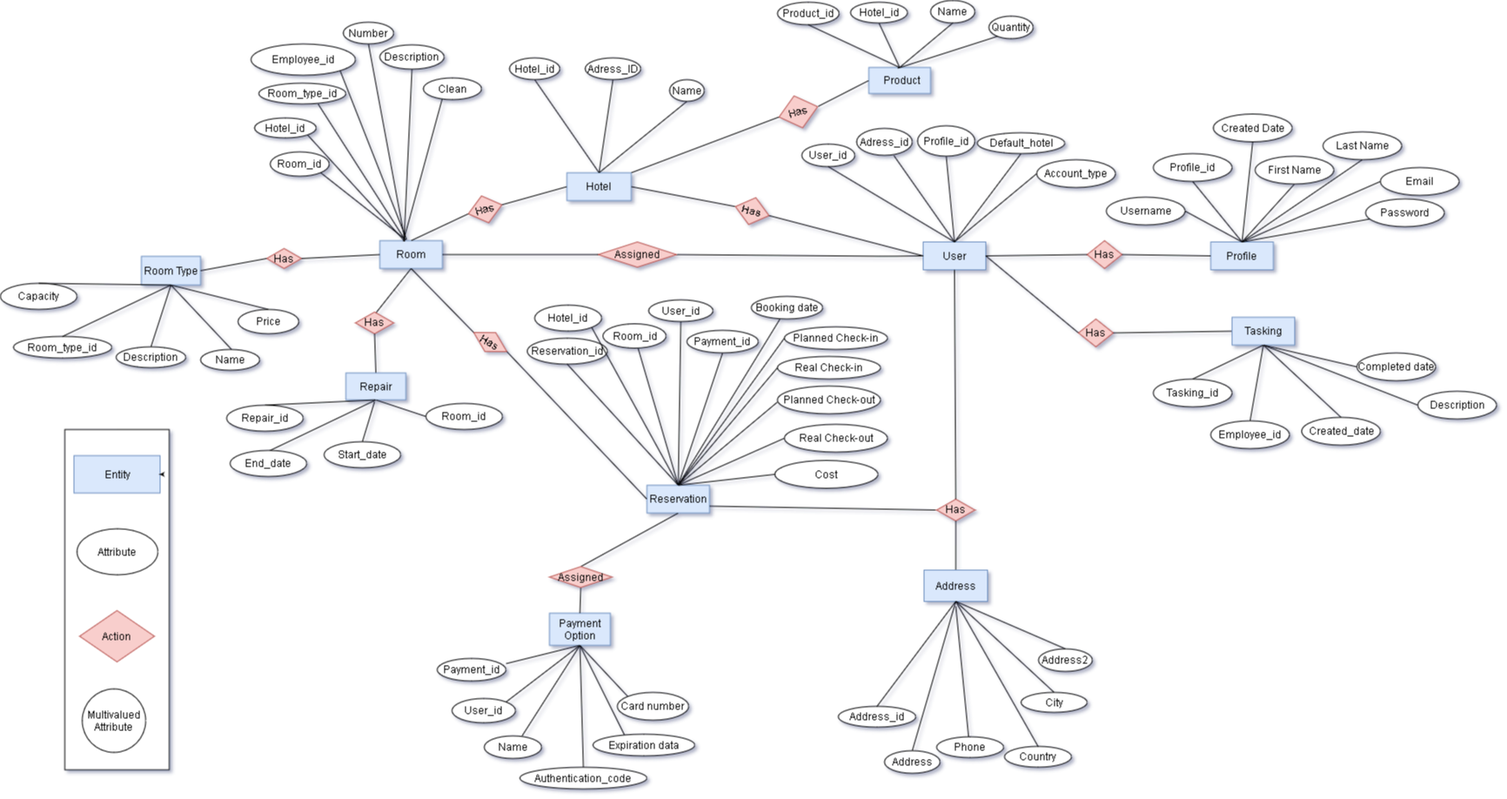
Sonja17/Hotel-Management-System keeps this draw.io diagram as Diagrams/ERD/ER_Diagram.png. Above is the earlier version. Source tidied: cells renumbered, new cells last; positions are measured from the earlier drawing's top-left corner, leaving out a move shared by most shapes.
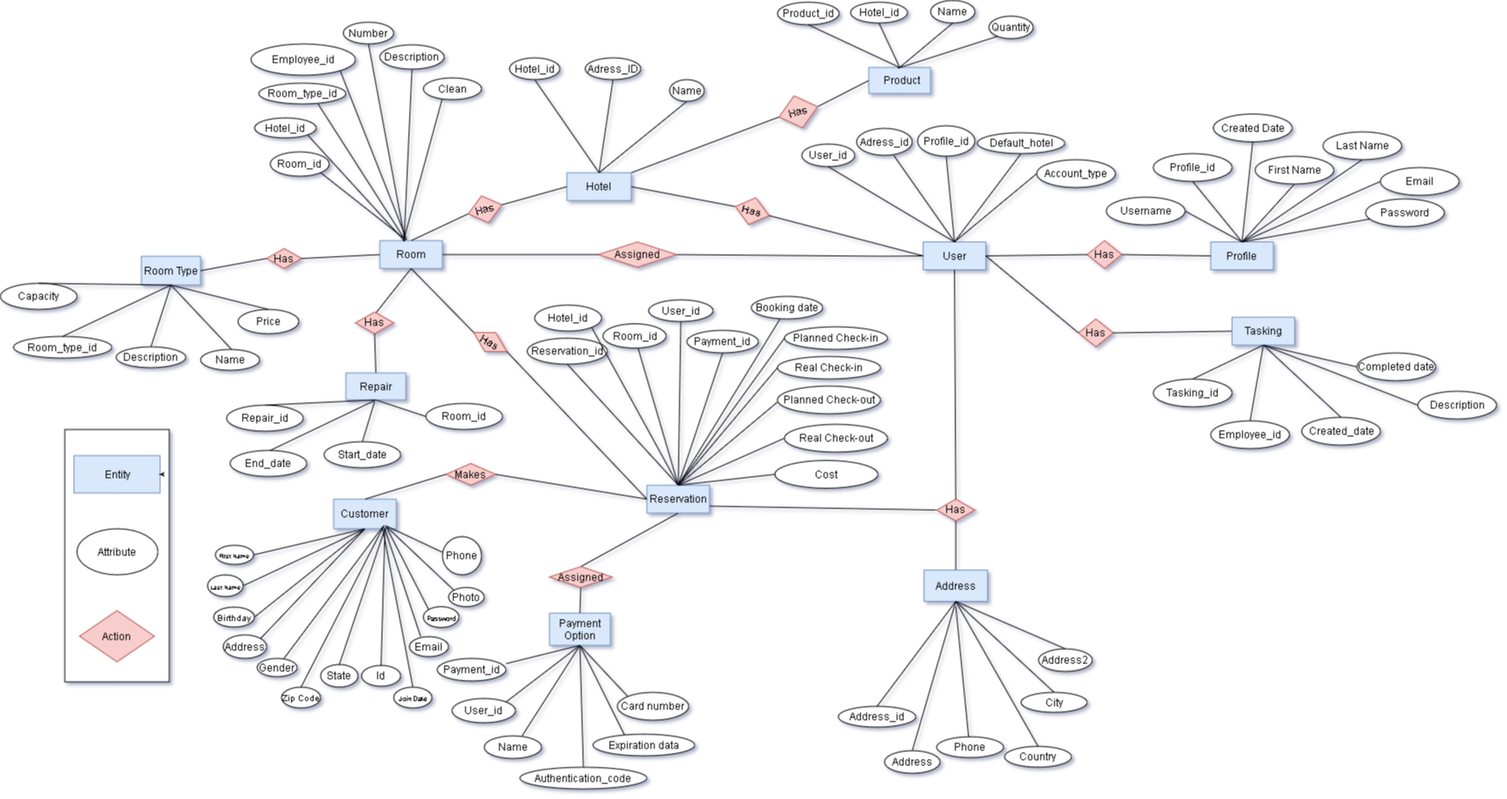
After the commit.

The edit, as a diff of the source:
```diff
@@ -96,12 +96,24 @@
     <mxCell id="31" style="endArrow=none;html=1;entryX=0;entryY=0.5;entryDx=0;entryDy=0;exitX=1;exitY=0.5;exitDx=0;exitDy=0;" parent="1" edge="1" source="29" target="6">
       <mxGeometry relative="1" as="geometry" />
     </mxCell>
+    <mxCell id="182" value="Customer" style="rounded=0;whiteSpace=wrap;html=1;fillColor=#dae8fc;strokeColor=#6c8ebf;" parent="1" vertex="1">
+      <mxGeometry x="383" y="573" width="72" height="34" as="geometry" />
+    </mxCell>
     <mxCell id="32" value="Payment Option" style="rounded=0;whiteSpace=wrap;html=1;fillColor=#dae8fc;strokeColor=#6c8ebf;" parent="1" vertex="1">
       <mxGeometry x="631" y="704" width="70" height="37" as="geometry" />
     </mxCell>
     <mxCell id="33" value="Address" style="rounded=0;whiteSpace=wrap;html=1;fillColor=#dae8fc;strokeColor=#6c8ebf;" parent="1" vertex="1">
       <mxGeometry x="1061.5" y="654.5" width="73" height="36" as="geometry" />
     </mxCell>
+    <mxCell id="183" value="Makes" style="rhombus;whiteSpace=wrap;html=1;fillColor=#f8cecc;strokeColor=#b85450;" parent="1" vertex="1">
+      <mxGeometry x="512" y="532" width="57" height="25" as="geometry" />
+    </mxCell>
+    <mxCell id="184" style="endArrow=none;html=1;entryX=0;entryY=0.5;entryDx=0;entryDy=0;exitX=1;exitY=0.5;exitDx=0;exitDy=0;" parent="1" edge="1" source="183" target="6">
+      <mxGeometry relative="1" as="geometry" />
+    </mxCell>
+    <mxCell id="185" style="endArrow=none;html=1;entryX=0;entryY=0.5;entryDx=0;entryDy=0;exitX=0.5;exitY=0;exitDx=0;exitDy=0;" parent="1" edge="1" source="182" target="183">
+      <mxGeometry relative="1" as="geometry" />
+    </mxCell>
     <mxCell id="34" style="endArrow=none;html=1;exitX=0.5;exitY=0;exitDx=0;exitDy=0;entryX=0.5;entryY=1;entryDx=0;entryDy=0;" parent="1" edge="1" source="32" target="50">
       <mxGeometry relative="1" as="geometry" />
     </mxCell>
@@ -211,6 +223,102 @@
     <mxCell id="66" style="endArrow=none;html=1;entryX=0;entryY=0.5;entryDx=0;entryDy=0;exitX=0.5;exitY=0;exitDx=0;exitDy=0;" parent="1" edge="1" source="5" target="61">
       <mxGeometry relative="1" as="geometry" />
     </mxCell>
+    <mxCell id="186" value="&lt;font style=&quot;font-size: 8px&quot;&gt;Password&lt;/font&gt;" style="ellipse;whiteSpace=wrap;html=1;" parent="1" vertex="1">
+      <mxGeometry x="486" y="696.5" width="41" height="24" as="geometry" />
+    </mxCell>
+    <mxCell id="187" value="Email" style="ellipse;whiteSpace=wrap;html=1;" parent="1" vertex="1">
+      <mxGeometry x="470" y="731" width="45" height="23" as="geometry" />
+    </mxCell>
+    <mxCell id="188" value="Id" style="ellipse;whiteSpace=wrap;html=1;" parent="1" vertex="1">
+      <mxGeometry x="415" y="764" width="45" height="24" as="geometry" />
+    </mxCell>
+    <mxCell id="189" value="Photo" style="ellipse;whiteSpace=wrap;html=1;" parent="1" vertex="1">
+      <mxGeometry x="515" y="674.5" width="41" height="22" as="geometry" />
+    </mxCell>
+    <mxCell id="190" value="State" style="ellipse;whiteSpace=wrap;html=1;" parent="1" vertex="1">
+      <mxGeometry x="368" y="763" width="43" height="26" as="geometry" />
+    </mxCell>
+    <mxCell id="191" value="&lt;font size=&quot;1&quot;&gt;Zip Code&lt;/font&gt;" style="ellipse;whiteSpace=wrap;html=1;" parent="1" vertex="1">
+      <mxGeometry x="323" y="789" width="45" height="24" as="geometry" />
+    </mxCell>
+    <mxCell id="192" value="Gender" style="ellipse;whiteSpace=wrap;html=1;" parent="1" vertex="1">
+      <mxGeometry x="295" y="756" width="46" height="21" as="geometry" />
+    </mxCell>
+    <mxCell id="193" value="Address" style="ellipse;whiteSpace=wrap;html=1;" parent="1" vertex="1">
+      <mxGeometry x="256" y="729" width="50" height="27" as="geometry" />
+    </mxCell>
+    <mxCell id="194" value="&lt;font size=&quot;1&quot;&gt;Birthday&lt;/font&gt;" style="ellipse;whiteSpace=wrap;html=1;" parent="1" vertex="1">
+      <mxGeometry x="245" y="697" width="47" height="23" as="geometry" />
+    </mxCell>
+    <mxCell id="195" value="&lt;font style=&quot;font-size: 7px&quot;&gt;Last Name&lt;/font&gt;" style="ellipse;whiteSpace=wrap;html=1;" parent="1" vertex="1">
+      <mxGeometry x="238" y="660" width="41" height="25" as="geometry" />
+    </mxCell>
+    <mxCell id="196" value="&lt;font style=&quot;font-size: 7px&quot;&gt;First Name&lt;/font&gt;" style="ellipse;whiteSpace=wrap;html=1;" parent="1" vertex="1">
+      <mxGeometry x="247" y="626" width="44" height="22" as="geometry" />
+    </mxCell>
+    <mxCell id="197" value="Phone" style="ellipse;whiteSpace=wrap;html=1;" parent="1" vertex="1">
+      <mxGeometry x="508" y="616" width="45" height="44" as="geometry" />
+    </mxCell>
+    <mxCell id="198" value="&lt;font style=&quot;font-size: 8px&quot;&gt;Join Date&lt;/font&gt;" style="ellipse;whiteSpace=wrap;html=1;" parent="1" vertex="1">
+      <mxGeometry x="452" y="789" width="44" height="24" as="geometry" />
+    </mxCell>
+    <mxCell id="199" style="endArrow=none;html=1;entryX=0.5;entryY=1;entryDx=0;entryDy=0;exitX=1;exitY=0.5;exitDx=0;exitDy=0;" parent="1" edge="1" source="196" target="182">
+      <mxGeometry relative="1" as="geometry" />
+    </mxCell>
+    <mxCell id="200" style="endArrow=none;html=1;entryX=0.5;entryY=1;entryDx=0;entryDy=0;exitX=1;exitY=0.5;exitDx=0;exitDy=0;" parent="1" edge="1" source="195" target="182">
+      <mxGeometry relative="1" as="geometry" />
+    </mxCell>
+    <mxCell id="201" style="endArrow=none;html=1;entryX=0.5;entryY=1;entryDx=0;entryDy=0;exitX=1;exitY=0.5;exitDx=0;exitDy=0;" parent="1" edge="1" source="194" target="182">
+      <mxGeometry relative="1" as="geometry" />
+    </mxCell>
+    <mxCell id="202" style="endArrow=none;html=1;entryX=0.5;entryY=1;entryDx=0;entryDy=0;exitX=1;exitY=0;exitDx=0;exitDy=0;" parent="1" edge="1" source="193" target="182">
+      <mxGeometry relative="1" as="geometry" />
+    </mxCell>
+    <mxCell id="203" style="endArrow=none;html=1;fontFamily=Helvetica;fontSize=11;fontColor=#000000;align=center;strokeColor=#000000;" parent="1" edge="1" source="192">
+      <mxGeometry relative="1" as="geometry">
+        <mxPoint x="440" y="604" as="targetPoint" />
+      </mxGeometry>
+    </mxCell>
+    <mxCell id="204" style="endArrow=none;html=1;exitX=0;exitY=0.409;exitDx=0;exitDy=0;exitPerimeter=0;" parent="1" edge="1" source="197">
+      <mxGeometry relative="1" as="geometry">
+        <mxPoint x="444" y="604" as="targetPoint" />
+      </mxGeometry>
+    </mxCell>
+    <mxCell id="205" style="endArrow=none;html=1;exitX=0;exitY=0;exitDx=0;exitDy=0;" parent="1" edge="1" source="189">
+      <mxGeometry relative="1" as="geometry">
+        <mxPoint x="442" y="603" as="targetPoint" />
+      </mxGeometry>
+    </mxCell>
+    <mxCell id="206" style="endArrow=none;html=1;exitX=0;exitY=0;exitDx=0;exitDy=0;" parent="1" edge="1" source="186">
+      <mxGeometry relative="1" as="geometry">
+        <mxPoint x="443" y="604" as="targetPoint" />
+      </mxGeometry>
+    </mxCell>
+    <mxCell id="207" style="endArrow=none;html=1;exitX=0.289;exitY=0;exitDx=0;exitDy=0;exitPerimeter=0;" parent="1" edge="1" source="187">
+      <mxGeometry relative="1" as="geometry">
+        <mxPoint x="441" y="605" as="targetPoint" />
+      </mxGeometry>
+    </mxCell>
+    <mxCell id="208" style="endArrow=none;html=1;exitX=0.5;exitY=0;exitDx=0;exitDy=0;" parent="1" edge="1" source="198">
+      <mxGeometry relative="1" as="geometry">
+        <mxPoint x="439" y="605" as="targetPoint" />
+      </mxGeometry>
+    </mxCell>
+    <mxCell id="209" style="endArrow=none;html=1;exitX=0.5;exitY=0;exitDx=0;exitDy=0;" parent="1" edge="1" source="191">
+      <mxGeometry relative="1" as="geometry">
+        <mxPoint x="441" y="603" as="targetPoint" />
+      </mxGeometry>
+    </mxCell>
+    <mxCell id="210" style="endArrow=none;html=1;exitX=0.5;exitY=0;exitDx=0;exitDy=0;" parent="1" edge="1" source="190">
+      <mxGeometry relative="1" as="geometry">
+        <mxPoint x="442" y="607" as="targetPoint" />
+      </mxGeometry>
+    </mxCell>
+    <mxCell id="211" style="endArrow=none;html=1;exitX=0.5;exitY=0;exitDx=0;exitDy=0;" parent="1" edge="1" source="188">
+      <mxGeometry relative="1" as="geometry">
+        <mxPoint x="442" y="606" as="targetPoint" />
+      </mxGeometry>
+    </mxCell>
     <mxCell id="67" value="User_id" style="ellipse;whiteSpace=wrap;html=1;" parent="1" vertex="1">
       <mxGeometry x="519" y="802" width="73" height="28" as="geometry" />
     </mxCell>
@@ -308,7 +416,7 @@
       <mxGeometry relative="1" as="geometry" />
     </mxCell>
     <mxCell id="99" style="rounded=0;whiteSpace=wrap;html=1;" parent="1" vertex="1">
-      <mxGeometry x="74" y="493" width="120" height="391" as="geometry" />
+      <mxGeometry x="74" y="493" width="120" height="290" as="geometry" />
     </mxCell>
     <mxCell id="100" value="Attribute" style="ellipse;whiteSpace=wrap;html=1;" parent="1" vertex="1">
       <mxGeometry x="88" y="607" width="93" height="53" as="geometry" />
@@ -349,9 +457,6 @@
     <mxCell id="112" style="endArrow=none;html=1;exitX=0.5;exitY=0;exitDx=0;exitDy=0;" parent="1" edge="1" source="6" target="107">
       <mxGeometry relative="1" as="geometry" />
     </mxCell>
-    <mxCell id="113" value="Multivalued Attribute" style="ellipse;whiteSpace=wrap;html=1;" parent="1" vertex="1">
-      <mxGeometry x="94" y="791" width="73" height="73" as="geometry" />
-    </mxCell>
     <mxCell id="114" style="edgeStyle=elbowEdgeStyle;rounded=0;orthogonalLoop=1;jettySize=auto;html=1;exitX=1;exitY=0.5;exitDx=0;exitDy=0;" parent="1" edge="1" source="101" target="101">
       <mxGeometry relative="1" as="geometry" />
     </mxCell>
```
